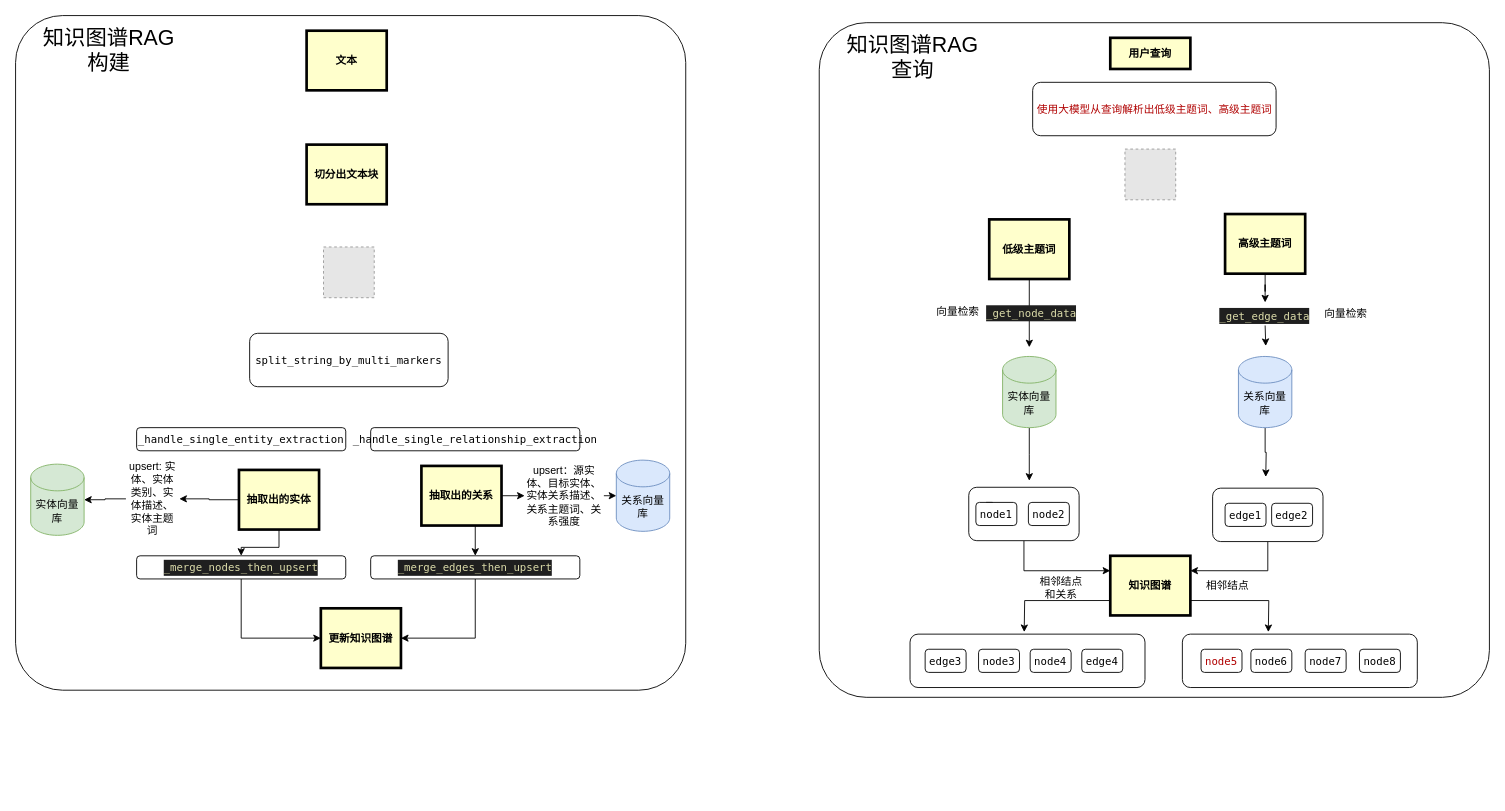
Earlier version of the draw.io diagram 知识图谱RAG.drawio (liweizhen111/GIt-GitHub_Note). Source tidied: cells renumbered, new cells numbered last; positions are measured from the earlier drawing's top-left corner, leaving out a move shared by most shapes. Both pictures are drawn from the tidied source at 89%, with x=0, y=0 at pixel (15, 15). Pictures stored in the file or linked from it are replaced by grey dashed boxes.
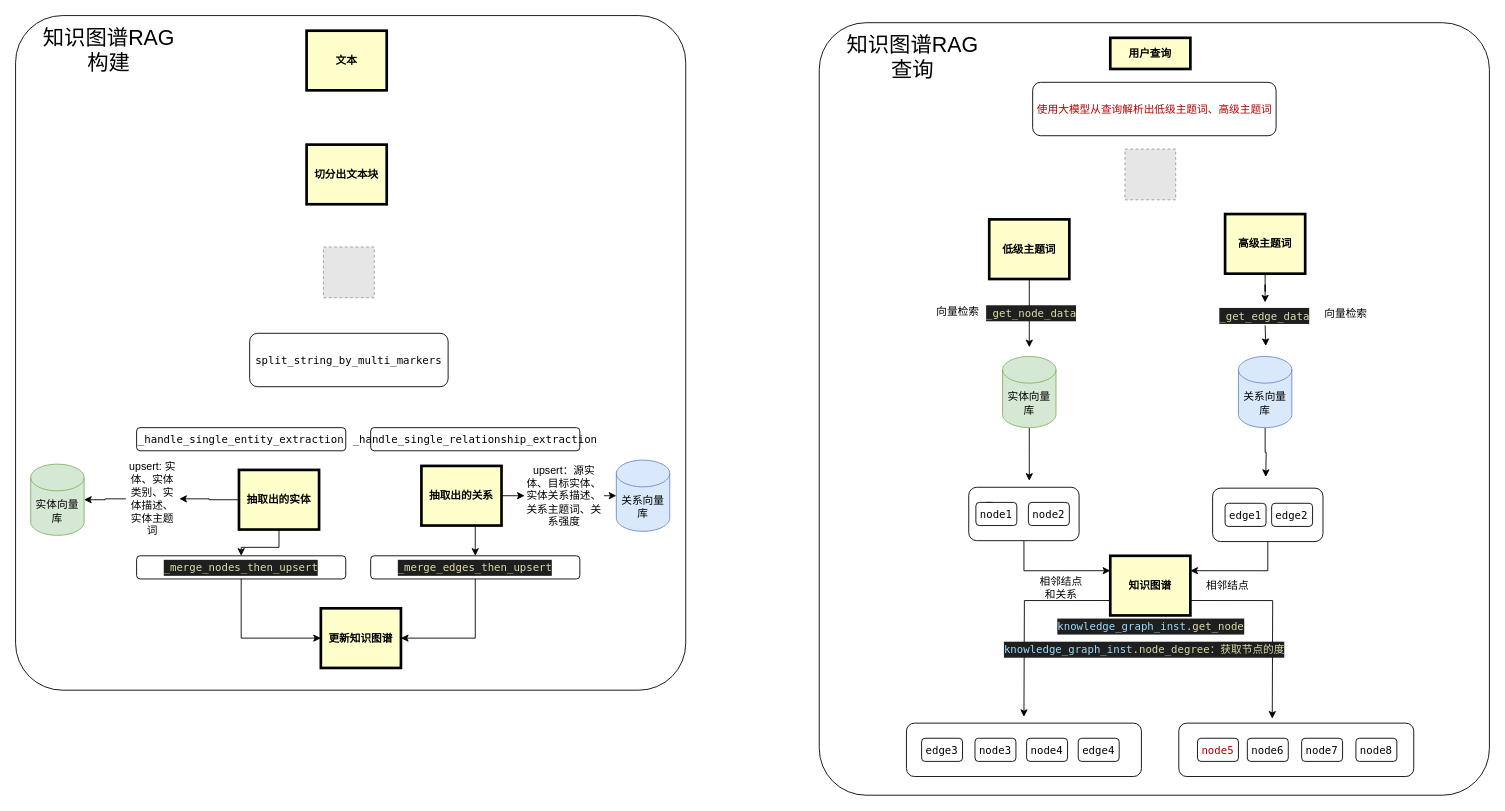
Above is the later version.

Commit message (it also covers changes not shown here):
更新知识图谱RAG.drawio

The change refers to these unchanged cells:
```xml
<mxCell id="29" value="知识图谱" style="whiteSpace=wrap;align=center;verticalAlign=middle;fontStyle=1;strokeWidth=3;fillColor=#FFFFCC;" parent="1" vertex="1">
  <mxGeometry x="1230" y="607" width="90" height="67" as="geometry" />
</mxCell>
```

Diff of the diagram source:
```diff
@@
     <mxCell id="23" style="rounded=1;whiteSpace=wrap;html=1;arcSize=7;" parent="1" vertex="1">
-      <mxGeometry x="903" y="8" width="753" height="758" as="geometry" />
+      <mxGeometry x="903" y="8" width="753" height="868" as="geometry" />
     </mxCell>
@@
     <mxCell id="27" style="edgeStyle=orthogonalEdgeStyle;rounded=0;jettySize=auto;html=1;exitX=0;exitY=0.75;exitDx=0;exitDy=0;" parent="1" edge="1" source="29">
       <mxGeometry relative="1" as="geometry">
-        <mxPoint x="1133.3" y="692.7" as="targetPoint" />
+        <mxPoint x="1133" y="788" as="targetPoint" />
       </mxGeometry>
     </mxCell>
     <mxCell id="28" style="edgeStyle=orthogonalEdgeStyle;rounded=0;jettySize=auto;html=1;exitX=1;exitY=0.75;exitDx=0;exitDy=0;" parent="1" edge="1" source="29">
       <mxGeometry relative="1" as="geometry">
-        <mxPoint x="1407.6" y="692.7" as="targetPoint" />
+        <mxPoint x="1412" y="790" as="targetPoint" />
       </mxGeometry>
     </mxCell>
@@
     <mxCell id="57" value="&lt;div style=&quot;text-align: start; font-family: Menlo, Monaco, &amp;quot;Courier New&amp;quot;, monospace; line-height: 18px; white-space: pre;&quot;&gt;&lt;br&gt;&lt;/div&gt;" style="rounded=1;whiteSpace=wrap;html=1;" parent="1" vertex="1">
-      <mxGeometry x="1005" y="695" width="264" height="60" as="geometry" />
+      <mxGeometry x="1001" y="795" width="264" height="60" as="geometry" />
     </mxCell>
     <mxCell id="58" value="&lt;div style=&quot;text-align: start; font-family: Menlo, Monaco, &amp;quot;Courier New&amp;quot;, monospace; line-height: 18px; white-space: pre;&quot;&gt;&lt;div style=&quot;line-height: 18px;&quot;&gt;&lt;span style=&quot;color: rgb(0, 0, 0);&quot;&gt;node3&lt;/span&gt;&lt;/div&gt;&lt;/div&gt;" style="rounded=1;whiteSpace=wrap;html=1;" parent="1" vertex="1">
-      <mxGeometry x="1082" y="712" width="46" height="26" as="geometry" />
+      <mxGeometry x="1078" y="812" width="46" height="26" as="geometry" />
     </mxCell>
     <mxCell id="59" value="&lt;div style=&quot;text-align: start; font-family: Menlo, Monaco, &amp;quot;Courier New&amp;quot;, monospace; line-height: 18px; white-space: pre;&quot;&gt;&lt;div style=&quot;line-height: 18px;&quot;&gt;&lt;span style=&quot;color: rgb(0, 0, 0);&quot;&gt;node4&lt;/span&gt;&lt;/div&gt;&lt;/div&gt;" style="rounded=1;whiteSpace=wrap;html=1;" parent="1" vertex="1">
-      <mxGeometry x="1140" y="712" width="46" height="26" as="geometry" />
+      <mxGeometry x="1136" y="812" width="46" height="26" as="geometry" />
     </mxCell>
     <mxCell id="60" value="&lt;div style=&quot;text-align: start; font-family: Menlo, Monaco, &amp;quot;Courier New&amp;quot;, monospace; line-height: 18px; white-space: pre;&quot;&gt;&lt;div style=&quot;line-height: 18px;&quot;&gt;&lt;span style=&quot;color: rgb(0, 0, 0);&quot;&gt;edge3&lt;/span&gt;&lt;/div&gt;&lt;/div&gt;" style="rounded=1;whiteSpace=wrap;html=1;" parent="1" vertex="1">
-      <mxGeometry x="1022" y="712" width="46" height="26" as="geometry" />
+      <mxGeometry x="1018" y="812" width="46" height="26" as="geometry" />
     </mxCell>
     <mxCell id="61" value="&lt;div style=&quot;text-align: start; font-family: Menlo, Monaco, &amp;quot;Courier New&amp;quot;, monospace; line-height: 18px; white-space: pre;&quot;&gt;&lt;div style=&quot;line-height: 18px;&quot;&gt;&lt;span style=&quot;color: rgb(0, 0, 0);&quot;&gt;edge4&lt;/span&gt;&lt;/div&gt;&lt;/div&gt;" style="rounded=1;whiteSpace=wrap;html=1;" parent="1" vertex="1">
-      <mxGeometry x="1198" y="712" width="46" height="26" as="geometry" />
+      <mxGeometry x="1194" y="812" width="46" height="26" as="geometry" />
     </mxCell>
     <mxCell id="62" value="&lt;div style=&quot;text-align: start; font-family: Menlo, Monaco, &amp;quot;Courier New&amp;quot;, monospace; line-height: 18px; white-space: pre;&quot;&gt;&lt;br&gt;&lt;/div&gt;" style="rounded=1;whiteSpace=wrap;html=1;" parent="1" vertex="1">
-      <mxGeometry x="1311" y="695" width="264" height="60" as="geometry" />
+      <mxGeometry x="1307" y="795" width="264" height="60" as="geometry" />
     </mxCell>
     <mxCell id="63" value="&lt;div style=&quot;text-align: start; font-family: Menlo, Monaco, &amp;quot;Courier New&amp;quot;, monospace; line-height: 18px; white-space: pre;&quot;&gt;&lt;div style=&quot;line-height: 18px;&quot;&gt;&lt;font color=&quot;#b00000&quot;&gt;node5&lt;/font&gt;&lt;/div&gt;&lt;/div&gt;" style="rounded=1;whiteSpace=wrap;html=1;" parent="1" vertex="1">
-      <mxGeometry x="1332" y="712" width="46" height="26" as="geometry" />
+      <mxGeometry x="1328" y="812" width="46" height="26" as="geometry" />
     </mxCell>
     <mxCell id="64" value="&lt;div style=&quot;text-align: start; font-family: Menlo, Monaco, &amp;quot;Courier New&amp;quot;, monospace; line-height: 18px; white-space: pre;&quot;&gt;&lt;div style=&quot;line-height: 18px;&quot;&gt;&lt;span style=&quot;color: rgb(0, 0, 0);&quot;&gt;node6&lt;/span&gt;&lt;/div&gt;&lt;/div&gt;" style="rounded=1;whiteSpace=wrap;html=1;" parent="1" vertex="1">
-      <mxGeometry x="1388" y="712" width="46" height="26" as="geometry" />
+      <mxGeometry x="1384" y="812" width="46" height="26" as="geometry" />
     </mxCell>
     <mxCell id="65" value="&lt;div style=&quot;text-align: start; font-family: Menlo, Monaco, &amp;quot;Courier New&amp;quot;, monospace; line-height: 18px; white-space: pre;&quot;&gt;&lt;div style=&quot;line-height: 18px;&quot;&gt;&lt;span style=&quot;color: rgb(0, 0, 0);&quot;&gt;node7&lt;/span&gt;&lt;/div&gt;&lt;/div&gt;" style="rounded=1;whiteSpace=wrap;html=1;" parent="1" vertex="1">
-      <mxGeometry x="1449" y="712" width="46" height="26" as="geometry" />
+      <mxGeometry x="1445" y="812" width="46" height="26" as="geometry" />
     </mxCell>
     <mxCell id="66" value="&lt;div style=&quot;text-align: start; font-family: Menlo, Monaco, &amp;quot;Courier New&amp;quot;, monospace; line-height: 18px; white-space: pre;&quot;&gt;&lt;div style=&quot;line-height: 18px;&quot;&gt;&lt;span style=&quot;color: rgb(0, 0, 0);&quot;&gt;node8&lt;/span&gt;&lt;/div&gt;&lt;/div&gt;" style="rounded=1;whiteSpace=wrap;html=1;" parent="1" vertex="1">
-      <mxGeometry x="1510" y="712" width="46" height="26" as="geometry" />
+      <mxGeometry x="1506" y="812" width="46" height="26" as="geometry" />
     </mxCell>
@@
+    <mxCell id="70" value="&lt;div style=&quot;font-style: normal; font-variant-caps: normal; font-weight: normal; letter-spacing: normal; orphans: auto; text-align: start; text-indent: 0px; text-transform: none; widows: auto; word-spacing: 0px; -webkit-text-stroke-width: 0px; text-decoration: none; color: rgb(204, 204, 204); background-color: rgb(31, 31, 31); font-family: Menlo, Monaco, &amp;quot;Courier New&amp;quot;, monospace; font-size: 12px; line-height: 18px; white-space: pre;&quot;&gt;&lt;div&gt;&lt;span style=&quot;color: rgb(156, 220, 254);&quot;&gt;knowledge_graph_inst&lt;/span&gt;&lt;span style=&quot;color: rgb(204, 204, 204);&quot;&gt;.&lt;/span&gt;&lt;span style=&quot;color: rgb(220, 220, 170);&quot;&gt;get_node&lt;/span&gt;&lt;/div&gt;&lt;/div&gt;" style="text;whiteSpace=wrap;html=1;" parent="1" vertex="1">
+      <mxGeometry x="1168.8" y="671" width="212.4" height="26" as="geometry" />
+    </mxCell>
+    <mxCell id="71" value="&lt;div style=&quot;font-style: normal; font-variant-caps: normal; font-weight: normal; letter-spacing: normal; text-align: start; text-indent: 0px; text-transform: none; word-spacing: 0px; -webkit-text-stroke-width: 0px; text-decoration: none; color: rgb(204, 204, 204); background-color: rgb(31, 31, 31); font-family: Menlo, Monaco, &amp;quot;Courier New&amp;quot;, monospace; font-size: 12px; line-height: 18px; white-space: pre;&quot;&gt;&lt;div&gt;&lt;span style=&quot;color: rgb(156, 220, 254);&quot;&gt;knowledge_graph_inst&lt;/span&gt;&lt;span style=&quot;color: rgb(204, 204, 204);&quot;&gt;.&lt;/span&gt;&lt;span style=&quot;color: rgb(220, 220, 170);&quot;&gt;node_degree：获取节点的度&lt;/span&gt;&lt;/div&gt;&lt;/div&gt;" style="text;whiteSpace=wrap;html=1;" parent="1" vertex="1">
+      <mxGeometry x="1109" y="697" width="323" height="23.1" as="geometry" />
+    </mxCell>
```
